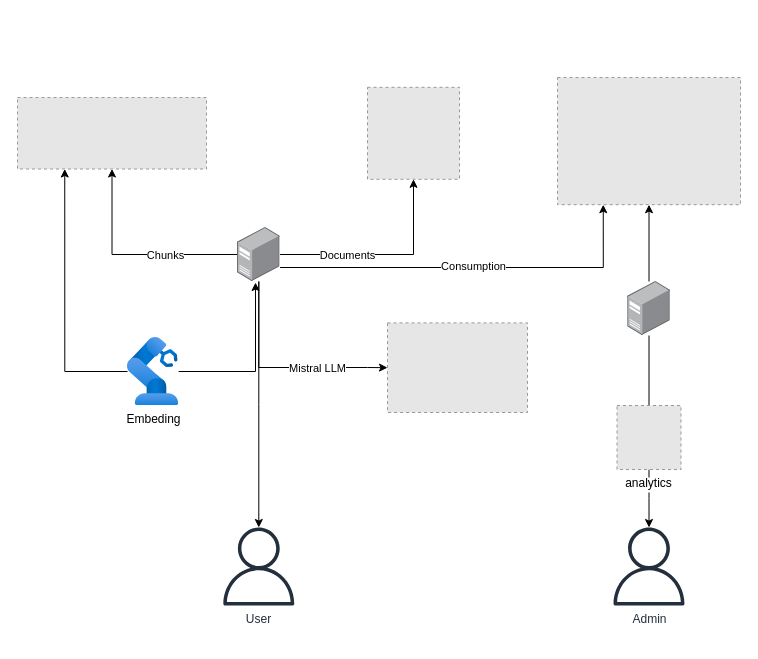
jdalfons/RePilot-recycle-chatbot keeps this draw.io diagram as assets/LLM_architecture.drawio. Above is the earlier version. Source tidied: cells renumbered, new cells numbered last; positions are measured from the earlier drawing's top-left corner, leaving out a move shared by most shapes. Both pictures are drawn from the tidied source at 100%, with x=0, y=0 at pixel (17, 77). Pictures stored in the file or linked from it are replaced by grey dashed boxes.
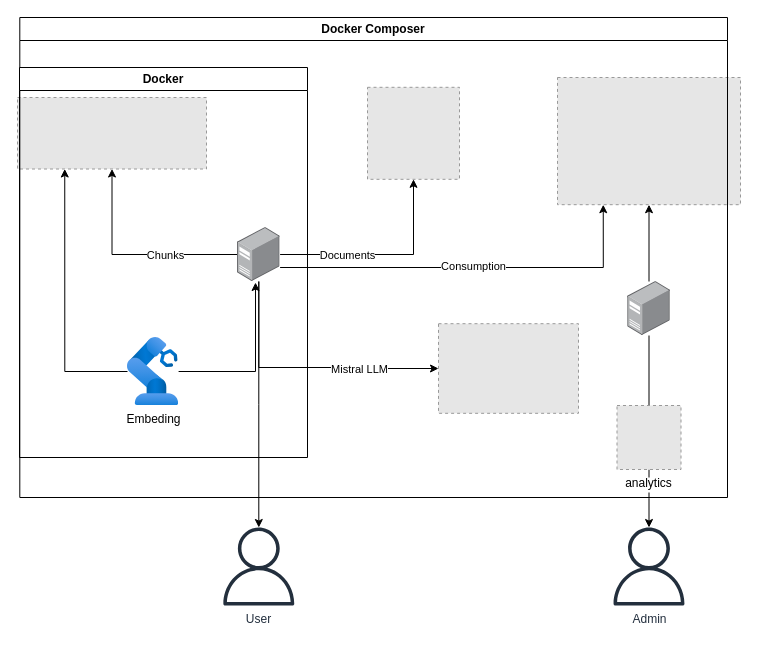
Above is the later version.

Change to the diagram source:
```diff
@@
+    <mxCell id="26" value="Docker Composer" style="swimlane;whiteSpace=wrap;html=1;" parent="1" vertex="1">
+      <mxGeometry x="2.3" y="-60" width="707.7" height="480" as="geometry" />
+    </mxCell>
-    <mxCell id="25" style="fillColor=#E6E6E6;strokeColor=#999999;dashed=1;verticalLabelPosition=bottom;labelBackgroundColor=default;verticalAlign=top;" parent="1" vertex="1">
-      <mxGeometry x="370" y="245.4" width="140" height="89.6" as="geometry" />
+    <mxCell id="25" style="fillColor=#E6E6E6;strokeColor=#999999;dashed=1;verticalLabelPosition=bottom;labelBackgroundColor=default;verticalAlign=top;" parent="26" vertex="1">
+      <mxGeometry x="418.7" y="306.2" width="140" height="89.6" as="geometry" />
     </mxCell>
+    <mxCell id="27" value="Docker" style="swimlane;whiteSpace=wrap;html=1;" parent="1" vertex="1">
+      <mxGeometry x="2" y="-10" width="288" height="390" as="geometry" />
+    </mxCell>
```
